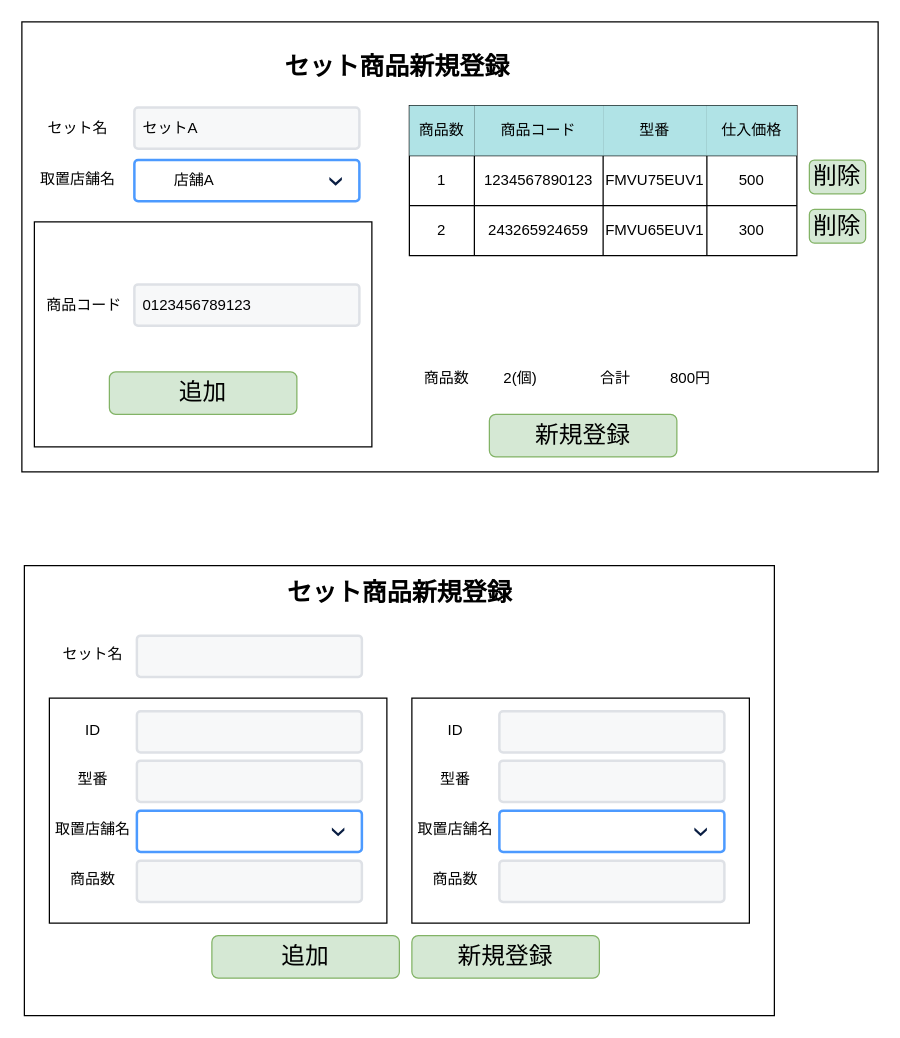
This is page "S07-02 セット商品新規登録" (2 of 4) of 各種設計書/6.画面設計書/S07_在庫.drawio from HaruShim/Sotuken, a draw.io file, before an edit. Source tidied: cells renumbered, new cells numbered last; positions are measured from the earlier drawing's top-left corner, leaving out a move shared by most shapes. Both pictures are drawn from the tidied source at 125%, with x=0, y=0 at pixel (21, 21). Pictures stored in the file or linked from it are replaced by grey dashed boxes.
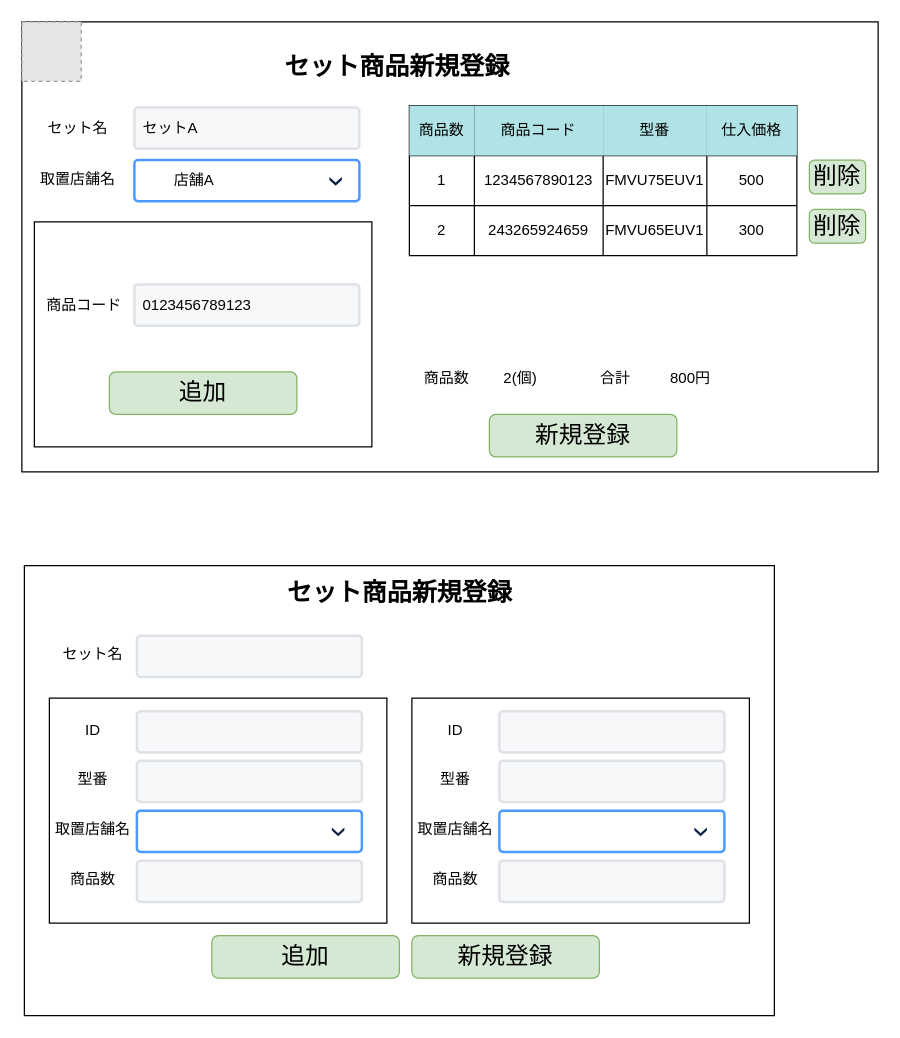
The same diagram, later.

Change to the diagram source:
```diff
@@
+    <mxCell id="64" style="fillColor=#E6E6E6;strokeColor=#999999;dashed=1;html=1;verticalAlign=top;verticalLabelPosition=bottom;labelBackgroundColor=#ffffff;" parent="1" vertex="1">
+      <mxGeometry width="47.5" height="47.5" as="geometry" />
+    </mxCell>
```
